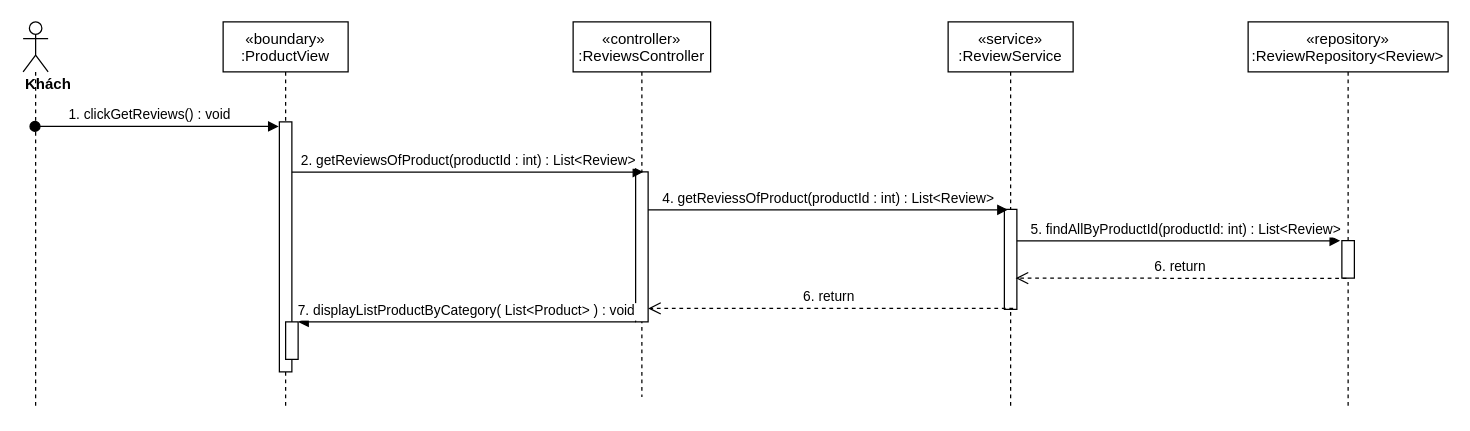
The draw.io diagram sequence diagram/getReviews-sequence.drawio in nguyenphamvan/datn_20202, before the edit. Source tidied: cells renumbered, new cells numbered last; positions are measured from the earlier drawing's top-left corner, leaving out a move shared by most shapes. Both pictures are drawn from the tidied source at 125%, with x=0, y=0 at pixel (22, 21).
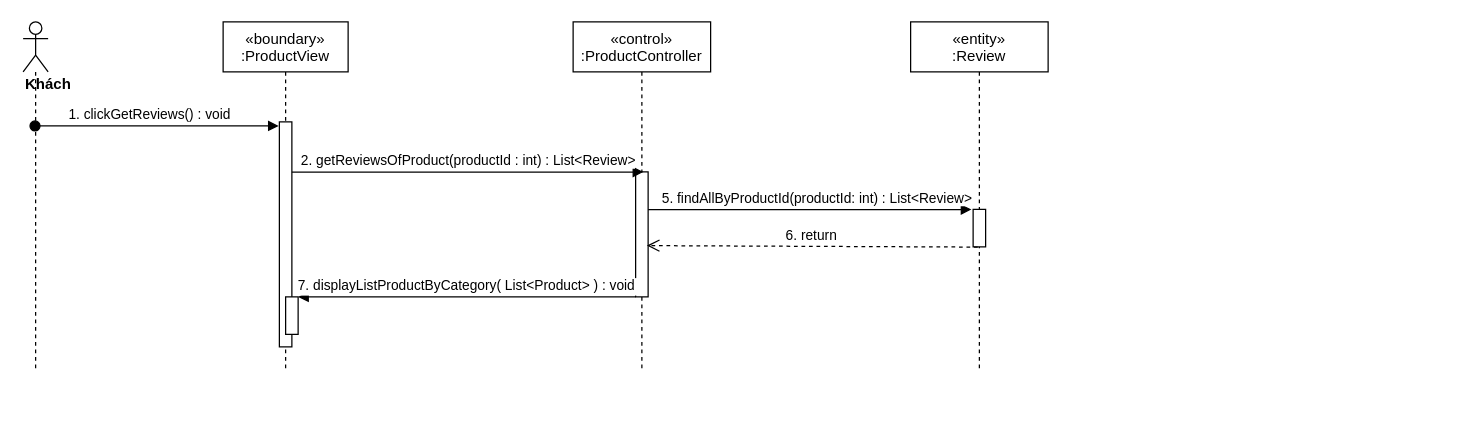
Above is the later version.

Change to the diagram source:
```diff
@@
 <mxGraphModel>
   <root>
     <mxCell id="0" />
     <mxCell id="1" parent="0" />
     <mxCell id="2" value="«boundary»&#10;:ProductView" style="shape=umlLifeline;perimeter=lifelinePerimeter;rounded=0;shadow=0;strokeWidth=1;" parent="1" vertex="1">
-      <mxGeometry x="160" width="100" height="310" as="geometry" />
+      <mxGeometry x="160" width="100" height="280" as="geometry" />
     </mxCell>
     <mxCell id="3" style="points=[];perimeter=orthogonalPerimeter;rounded=0;shadow=0;strokeWidth=1;" parent="2" vertex="1">
-      <mxGeometry x="45" y="80" width="10" height="200" as="geometry" />
+      <mxGeometry x="45" y="80" width="10" height="180" as="geometry" />
     </mxCell>
     <mxCell id="4" style="html=1;points=[];perimeter=orthogonalPerimeter;" parent="2" vertex="1">
-      <mxGeometry x="50" y="240" width="10" height="30" as="geometry" />
+      <mxGeometry x="50" y="220" width="10" height="30" as="geometry" />
     </mxCell>
-    <mxCell id="5" value="«controller»&#10;:ReviewsController" style="shape=umlLifeline;perimeter=lifelinePerimeter;rounded=0;shadow=0;strokeWidth=1;" parent="1" vertex="1">
-      <mxGeometry x="440" width="110" height="300" as="geometry" />
+    <mxCell id="5" value="«control»&#10;:ProductController" style="shape=umlLifeline;perimeter=lifelinePerimeter;rounded=0;shadow=0;strokeWidth=1;" parent="1" vertex="1">
+      <mxGeometry x="440" width="110" height="280" as="geometry" />
     </mxCell>
     <mxCell id="6" style="points=[];perimeter=orthogonalPerimeter;rounded=0;shadow=0;strokeWidth=1;" parent="5" vertex="1">
-      <mxGeometry x="50" y="120" width="10" height="120" as="geometry" />
+      <mxGeometry x="50" y="120" width="10" height="100" as="geometry" />
     </mxCell>
     <mxCell id="7" value="&lt;div&gt;&lt;b&gt;Khách&lt;/b&gt;&lt;/div&gt;" style="shape=umlLifeline;participant=umlActor;perimeter=lifelinePerimeter;whiteSpace=wrap;html=1;verticalAlign=top;spacingTop=36;outlineConnect=0;align=left;" parent="1" vertex="1">
-      <mxGeometry width="20" height="310" as="geometry" />
+      <mxGeometry width="20" height="280" as="geometry" />
     </mxCell>
     <mxCell id="8" value="1. clickGetReviews() : void" style="verticalAlign=bottom;startArrow=oval;endArrow=block;startSize=8;shadow=0;strokeWidth=1;entryX=-0.05;entryY=0.018;entryDx=0;entryDy=0;entryPerimeter=0;" parent="1" edge="1" source="7" target="3">
       <mxGeometry x="-0.06" relative="1" as="geometry" />
     </mxCell>
-    <mxCell id="9" value="«service»&#10;:ReviewService" style="shape=umlLifeline;perimeter=lifelinePerimeter;rounded=0;shadow=0;strokeWidth=1;" parent="1" vertex="1">
-      <mxGeometry x="740" width="100" height="310" as="geometry" />
-    </mxCell>
-    <mxCell id="10" style="points=[];perimeter=orthogonalPerimeter;rounded=0;shadow=0;strokeWidth=1;" parent="9" vertex="1">
-      <mxGeometry x="45" y="150" width="10" height="80" as="geometry" />
-    </mxCell>
     <mxCell id="11" value="2. getReviewsOfProduct(productId : int) : List&amp;lt;Review&amp;gt;" style="html=1;verticalAlign=bottom;endArrow=block;entryX=0.617;entryY=0.001;entryDx=0;entryDy=0;entryPerimeter=0;" parent="1" edge="1" source="3" target="6">
       <mxGeometry relative="1" as="geometry" />
     </mxCell>
-    <mxCell id="12" value="4. getReviessOfProduct(productId : int) : List&amp;lt;Review&amp;gt;" style="html=1;verticalAlign=bottom;endArrow=block;entryX=0.283;entryY=0.004;entryDx=0;entryDy=0;entryPerimeter=0;" parent="1" edge="1" source="6" target="10">
-      <mxGeometry relative="1" as="geometry" />
-    </mxCell>
-    <mxCell id="13" value="«repository»&#10;:ReviewRepository&lt;Review&gt;" style="shape=umlLifeline;perimeter=lifelinePerimeter;rounded=0;shadow=0;strokeWidth=1;" parent="1" vertex="1">
-      <mxGeometry x="980" width="160" height="310" as="geometry" />
+    <mxCell id="13" value="«entity»&#10;:Review" style="shape=umlLifeline;perimeter=lifelinePerimeter;rounded=0;shadow=0;strokeWidth=1;" parent="1" vertex="1">
+      <mxGeometry x="710" width="110" height="280" as="geometry" />
     </mxCell>
     <mxCell id="14" style="points=[];perimeter=orthogonalPerimeter;rounded=0;shadow=0;strokeWidth=1;" parent="13" vertex="1">
-      <mxGeometry x="75" y="175" width="10" height="30" as="geometry" />
+      <mxGeometry x="50" y="150" width="10" height="30" as="geometry" />
     </mxCell>
-    <mxCell id="15" value="5. findAllByProductId(productId: int) : List&amp;lt;Review&amp;gt;" style="html=1;verticalAlign=bottom;endArrow=block;entryX=-0.133;entryY=0.004;entryDx=0;entryDy=0;entryPerimeter=0;" parent="1" edge="1" source="10" target="14">
+    <mxCell id="15" value="5. findAllByProductId(productId: int) : List&amp;lt;Review&amp;gt;" style="html=1;verticalAlign=bottom;endArrow=block;entryX=-0.133;entryY=0.004;entryDx=0;entryDy=0;entryPerimeter=0;" parent="1" edge="1" source="6" target="14">
       <mxGeometry x="0.04" relative="1" as="geometry" />
     </mxCell>
-    <mxCell id="16" value="6. return&amp;nbsp;" style="html=1;verticalAlign=bottom;endArrow=open;dashed=1;endSize=8;exitX=0.367;exitY=1.006;exitDx=0;exitDy=0;exitPerimeter=0;entryX=0.9;entryY=0.688;entryDx=0;entryDy=0;entryPerimeter=0;" parent="1" edge="1" source="14" target="10">
+    <mxCell id="16" value="6. return&amp;nbsp;" style="html=1;verticalAlign=bottom;endArrow=open;dashed=1;endSize=8;exitX=0.367;exitY=1.006;exitDx=0;exitDy=0;exitPerimeter=0;entryX=0.9;entryY=0.59;entryDx=0;entryDy=0;entryPerimeter=0;" parent="1" edge="1" source="14" target="6">
       <mxGeometry relative="1" as="geometry" />
     </mxCell>
-    <mxCell id="17" value="6. return&amp;nbsp;" style="html=1;verticalAlign=bottom;endArrow=open;dashed=1;endSize=8;exitX=0.7;exitY=0.99;exitDx=0;exitDy=0;exitPerimeter=0;" parent="1" edge="1" source="10" target="6">
-      <mxGeometry relative="1" as="geometry" />
-    </mxCell>
     <mxCell id="18" value="7. displayListProductByCategory( List&lt;Product&gt; ) : void" style="verticalAlign=bottom;endArrow=block;shadow=0;strokeWidth=1;" parent="1" edge="1" source="6" target="4">
       <mxGeometry relative="1" as="geometry" />
     </mxCell>
   </root>
 </mxGraphModel>
```
